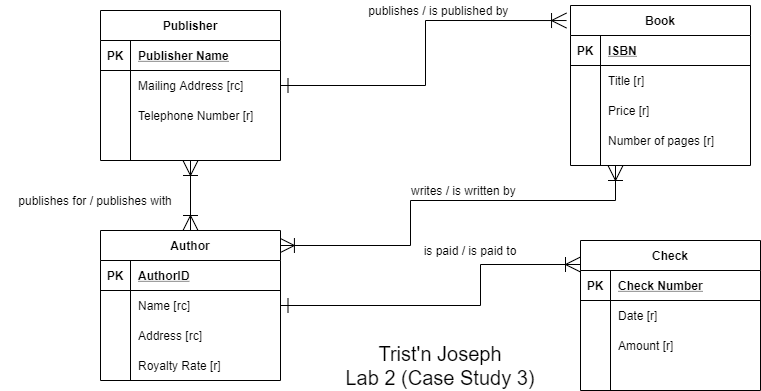
trisxcj1/SyracuseUniversity_IST659 keeps this draw.io diagram as Lab 2/Lab 02 - Conceptual Modeling (Case study 3).png. Above is the earlier version. Source tidied: cells renumbered, new cells last; positions are measured from the earlier drawing's top-left corner, leaving out a move shared by most shapes.
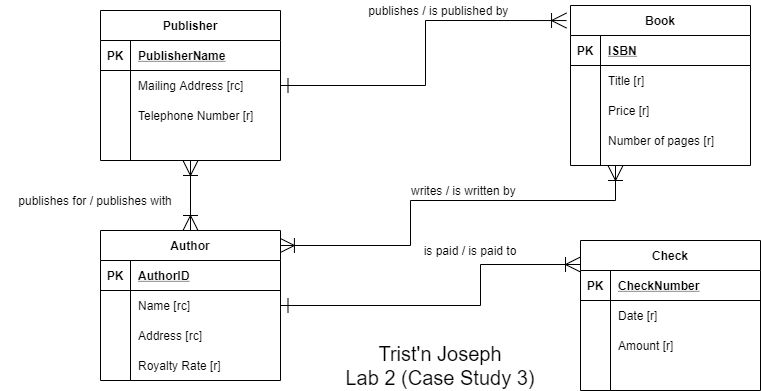
The same file after the commit.

The edit, as a diff of the source:
```diff
@@ -14,7 +14,7 @@
     <mxCell id="5" value="PK" style="shape=partialRectangle;fillColor=none;top=0;left=0;bottom=0;right=0;fontStyle=1;overflow=hidden;" parent="4" vertex="1">
       <mxGeometry width="30" height="30" as="geometry" />
     </mxCell>
-    <mxCell id="6" value="Publisher Name" style="shape=partialRectangle;fillColor=none;top=0;left=0;bottom=0;right=0;align=left;spacingLeft=6;fontStyle=5;overflow=hidden;" parent="4" vertex="1">
+    <mxCell id="6" value="PublisherName" style="shape=partialRectangle;fillColor=none;top=0;left=0;bottom=0;right=0;align=left;spacingLeft=6;fontStyle=5;overflow=hidden;" parent="4" vertex="1">
       <mxGeometry x="30" width="150" height="30" as="geometry" />
     </mxCell>
     <mxCell id="7" style="shape=partialRectangle;fillColor=none;top=0;left=0;bottom=0;right=0;" parent="3" vertex="1">
@@ -151,7 +151,7 @@
     <mxCell id="47" value="PK" style="shape=partialRectangle;fillColor=none;top=0;left=0;bottom=0;right=0;fontStyle=1;overflow=hidden;" parent="46" vertex="1">
       <mxGeometry width="30" height="30" as="geometry" />
     </mxCell>
-    <mxCell id="48" value="Check Number" style="shape=partialRectangle;fillColor=none;top=0;left=0;bottom=0;right=0;align=left;spacingLeft=6;fontStyle=5;overflow=hidden;" parent="46" vertex="1">
+    <mxCell id="48" value="CheckNumber" style="shape=partialRectangle;fillColor=none;top=0;left=0;bottom=0;right=0;align=left;spacingLeft=6;fontStyle=5;overflow=hidden;" parent="46" vertex="1">
       <mxGeometry x="30" width="150" height="30" as="geometry" />
     </mxCell>
     <mxCell id="49" style="shape=partialRectangle;fillColor=none;top=0;left=0;bottom=0;right=0;" parent="45" vertex="1">
```
